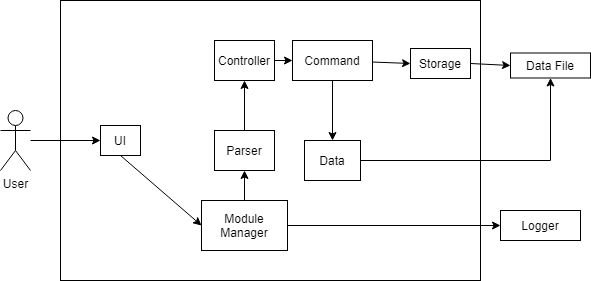
This is docs/images/Architecture.png from nus-cs2113-AY1920S2/tp, a draw.io export, as it was before one commit. Source tidied: cells renumbered, new cells last; positions are measured from the earlier drawing's top-left corner, leaving out a move shared by most shapes.
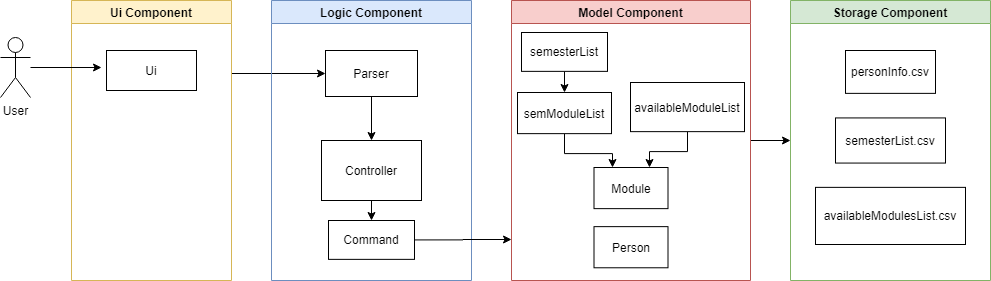
Above is the later version.

Commit message:
Updated Developer Guide and Architecture.png

Change to the diagram source:
```diff
@@ -5,65 +5,94 @@
     <mxCell id="2" value="User" style="shape=umlActor;verticalLabelPosition=bottom;labelBackgroundColor=#ffffff;verticalAlign=top;html=1;outlineConnect=0;" parent="1" vertex="1">
       <mxGeometry y="110" width="30" height="60" as="geometry" />
     </mxCell>
-    <mxCell id="3" style="rounded=0;whiteSpace=wrap;html=1;" parent="1" vertex="1">
-      <mxGeometry x="60" width="420" height="280" as="geometry" />
-    </mxCell>
-    <mxCell id="4" value="UI" style="rounded=0;whiteSpace=wrap;html=1;" parent="1" vertex="1">
-      <mxGeometry x="100" y="125" width="40" height="30" as="geometry" />
-    </mxCell>
+    <mxCell id="23" style="edgeStyle=orthogonalEdgeStyle;rounded=0;jettySize=auto;html=1;entryX=0;entryY=0.5;entryDx=0;entryDy=0;" parent="1" edge="1" target="5">
+      <mxGeometry relative="1" as="geometry">
+        <mxPoint x="231" y="146" as="sourcePoint" />
+      </mxGeometry>
+    </mxCell>
+    <mxCell id="24" value="Ui Component" style="swimlane;whiteSpace=wrap;fillColor=#fff2cc;strokeColor=#d6b656;gradientColor=none;glass=0;" parent="1" vertex="1">
+      <mxGeometry x="71" y="73" width="160" height="280" as="geometry" />
+    </mxCell>
+    <mxCell id="25" style="edgeStyle=elbowEdgeStyle;elbow=horizontal;strokeColor=#FF0000;endArrow=open;endFill=1;rounded=0;" parent="24" edge="1" source="x">
+      <mxGeometry relative="1" as="geometry">
+        <mxPoint x="60" y="135" as="targetPoint" />
+        <Array as="points">
+          <mxPoint x="30" y="250" />
+        </Array>
+      </mxGeometry>
+    </mxCell>
+    <mxCell id="26" value="Ui" style="rounded=0;whiteSpace=wrap;html=1;" parent="24" vertex="1">
+      <mxGeometry x="35" y="50" width="90" height="40" as="geometry" />
+    </mxCell>
+    <mxCell id="27" value="Logic Component" style="swimlane;whiteSpace=wrap;fillColor=#dae8fc;strokeColor=#6c8ebf;" parent="1" vertex="1">
+      <mxGeometry x="271" y="73" width="200" height="280" as="geometry" />
+    </mxCell>
+    <mxCell id="14" style="edgeStyle=orthogonalEdgeStyle;rounded=0;jettySize=auto;html=1;exitX=0.5;exitY=1;exitDx=0;exitDy=0;entryX=0.5;entryY=0;entryDx=0;entryDy=0;" parent="27" edge="1" source="5" target="20">
+      <mxGeometry relative="1" as="geometry" />
+    </mxCell>
-    <mxCell id="5" value="Parser" style="rounded=0;whiteSpace=wrap;html=1;" parent="1" vertex="1">
-      <mxGeometry x="214" y="130" width="60" height="40" as="geometry" />
+    <mxCell id="5" value="Parser" style="rounded=0;whiteSpace=wrap;html=1;" parent="27" vertex="1">
+      <mxGeometry x="54" y="50" width="92" height="46" as="geometry" />
     </mxCell>
-    <mxCell id="6" value="Storage" style="rounded=0;whiteSpace=wrap;html=1;fillColor=none;" parent="1" vertex="1">
-      <mxGeometry x="410" y="48" width="60" height="30" as="geometry" />
-    </mxCell>
-    <mxCell id="7" value="Module Manager" style="rounded=0;whiteSpace=wrap;html=1;" parent="1" vertex="1">
-      <mxGeometry x="201" y="200" width="86" height="50" as="geometry" />
-    </mxCell>
-    <mxCell id="8" style="endArrow=classic;html=1;entryX=0;entryY=0.5;entryDx=0;entryDy=0;" parent="1" edge="1" source="2" target="4">
-      <mxGeometry relative="1" as="geometry" />
-    </mxCell>
-    <mxCell id="9" style="endArrow=classic;html=1;exitX=0.5;exitY=1;exitDx=0;exitDy=0;entryX=0;entryY=0.5;entryDx=0;entryDy=0;" parent="1" edge="1" source="4" target="7">
-      <mxGeometry relative="1" as="geometry" />
-    </mxCell>
-    <mxCell id="10" style="endArrow=classic;html=1;exitX=0.5;exitY=0;exitDx=0;exitDy=0;entryX=0.5;entryY=1;entryDx=0;entryDy=0;" parent="1" edge="1" source="7" target="5">
-      <mxGeometry relative="1" as="geometry" />
-    </mxCell>
-    <mxCell id="11" value="Logger" style="rounded=0;whiteSpace=wrap;html=1;" parent="1" vertex="1">
-      <mxGeometry x="500" y="210" width="80" height="30" as="geometry" />
-    </mxCell>
-    <mxCell id="12" value="Data File" style="rounded=0;whiteSpace=wrap;html=1;" parent="1" vertex="1">
-      <mxGeometry x="510" y="52.5" width="80" height="25" as="geometry" />
-    </mxCell>
-    <mxCell id="13" style="endArrow=classic;html=1;exitX=1;exitY=0.5;exitDx=0;exitDy=0;entryX=0;entryY=0.5;entryDx=0;entryDy=0;" parent="1" edge="1" source="6" target="12">
-      <mxGeometry relative="1" as="geometry" />
-    </mxCell>
-    <mxCell id="14" style="endArrow=classic;html=1;entryX=0.5;entryY=1;entryDx=0;entryDy=0;exitX=0.5;exitY=0;exitDx=0;exitDy=0;" parent="1" edge="1" source="5" target="20">
-      <mxGeometry relative="1" as="geometry" />
-    </mxCell>
-    <mxCell id="15" style="endArrow=classic;html=1;entryX=0;entryY=0.5;entryDx=0;entryDy=0;exitX=1;exitY=0.5;exitDx=0;exitDy=0;" parent="1" edge="1" source="7" target="11">
-      <mxGeometry relative="1" as="geometry" />
-    </mxCell>
-    <mxCell id="16" style="edgeStyle=orthogonalEdgeStyle;rounded=0;jettySize=auto;html=1;exitX=0.5;exitY=1;exitDx=0;exitDy=0;entryX=0.5;entryY=0;entryDx=0;entryDy=0;" parent="1" edge="1" source="17" target="19">
-      <mxGeometry relative="1" as="geometry" />
-    </mxCell>
+    <mxCell id="22" style="edgeStyle=orthogonalEdgeStyle;rounded=0;jettySize=auto;html=1;exitX=0.5;exitY=1;exitDx=0;exitDy=0;entryX=0.5;entryY=0;entryDx=0;entryDy=0;" parent="27" edge="1" source="20" target="17">
+      <mxGeometry relative="1" as="geometry" />
+    </mxCell>
+    <mxCell id="20" value="Controller" style="rounded=0;whiteSpace=wrap;html=1;" parent="27" vertex="1">
+      <mxGeometry x="50" y="140" width="100" height="60" as="geometry" />
+    </mxCell>
-    <mxCell id="17" value="Command" style="rounded=0;whiteSpace=wrap;html=1;" parent="1" vertex="1">
-      <mxGeometry x="292" y="40" width="80" height="40" as="geometry" />
+    <mxCell id="17" value="Command" style="rounded=0;whiteSpace=wrap;html=1;" parent="27" vertex="1">
+      <mxGeometry x="57" y="220" width="86" height="38.9" as="geometry" />
     </mxCell>
-    <mxCell id="18" style="edgeStyle=orthogonalEdgeStyle;rounded=0;jettySize=auto;html=1;exitX=1;exitY=0.5;exitDx=0;exitDy=0;entryX=0.5;entryY=1;entryDx=0;entryDy=0;" parent="1" edge="1" source="19" target="12">
-      <mxGeometry relative="1" as="geometry" />
-    </mxCell>
-    <mxCell id="19" value="Data" style="rounded=0;whiteSpace=wrap;html=1;" parent="1" vertex="1">
-      <mxGeometry x="304" y="140" width="56" height="40" as="geometry" />
-    </mxCell>
-    <mxCell id="20" value="Controller" style="rounded=0;whiteSpace=wrap;html=1;" parent="1" vertex="1">
-      <mxGeometry x="214" y="40" width="60" height="40" as="geometry" />
-    </mxCell>
-    <mxCell id="21" style="endArrow=classic;html=1;entryX=0;entryY=0.5;entryDx=0;entryDy=0;" parent="1" edge="1" source="17" target="6">
-      <mxGeometry relative="1" as="geometry" />
-    </mxCell>
-    <mxCell id="22" style="endArrow=classic;html=1;entryX=0;entryY=0.5;entryDx=0;entryDy=0;exitX=1;exitY=0.5;exitDx=0;exitDy=0;" parent="1" edge="1" source="20" target="17">
-      <mxGeometry relative="1" as="geometry" />
-    </mxCell>
+    <mxCell id="28" style="edgeStyle=orthogonalEdgeStyle;rounded=0;jettySize=auto;html=1;exitX=1;exitY=0.5;exitDx=0;exitDy=0;entryX=0;entryY=0.5;entryDx=0;entryDy=0;" parent="1" edge="1" source="29" target="38">
+      <mxGeometry relative="1" as="geometry" />
+    </mxCell>
+    <mxCell id="29" value="Model Component" style="swimlane;whiteSpace=wrap;fillColor=#f8cecc;strokeColor=#b85450;" parent="1" vertex="1">
+      <mxGeometry x="511" y="73" width="239" height="280" as="geometry" />
+    </mxCell>
+    <mxCell id="30" style="edgeStyle=orthogonalEdgeStyle;rounded=0;jettySize=auto;html=1;exitX=0.5;exitY=1;exitDx=0;exitDy=0;entryX=0.75;entryY=0;entryDx=0;entryDy=0;" parent="29" edge="1" source="31" target="34">
+      <mxGeometry relative="1" as="geometry" />
+    </mxCell>
+    <mxCell id="31" value="availableModuleList&lt;span style=&quot;color: rgba(0 , 0 , 0 , 0) ; font-family: monospace ; font-size: 0px ; white-space: nowrap&quot;&gt;%3CmxGraphModel%3E%3Croot%3E%3CmxCell%20id%3D%220%22%2F%3E%3CmxCell%20id%3D%221%22%20parent%3D%220%22%2F%3E%3CmxCell%20id%3D%222%22%20value%3D%22Person%20Data%22%20style%3D%22rounded%3D0%3BwhiteSpace%3Dwrap%3Bhtml%3D1%3B%22%20vertex%3D%221%22%20parent%3D%221%22%3E%3CmxGeometry%20x%3D%22610%22%20y%3D%22490%22%20width%3D%2286%22%20height%3D%2238.86%22%20as%3D%22geometry%22%2F%3E%3C%2FmxCell%3E%3C%2Froot%3E%3C%2FmxGraphModel%3E&lt;/span&gt;" style="rounded=0;whiteSpace=wrap;html=1;" parent="29" vertex="1">
+      <mxGeometry x="119" y="82" width="114" height="49.1" as="geometry" />
+    </mxCell>
+    <mxCell id="32" style="edgeStyle=orthogonalEdgeStyle;rounded=0;jettySize=auto;html=1;exitX=0.5;exitY=1;exitDx=0;exitDy=0;entryX=0.5;entryY=0;entryDx=0;entryDy=0;" parent="29" edge="1" source="33" target="36">
+      <mxGeometry relative="1" as="geometry" />
+    </mxCell>
+    <mxCell id="33" value="semesterList" style="rounded=0;whiteSpace=wrap;html=1;" parent="29" vertex="1">
+      <mxGeometry x="10" y="32" width="86" height="38.9" as="geometry" />
+    </mxCell>
+    <mxCell id="34" value="Module" style="rounded=0;whiteSpace=wrap;html=1;" parent="29" vertex="1">
+      <mxGeometry x="82.5" y="167" width="74" height="41.1" as="geometry" />
+    </mxCell>
+    <mxCell id="35" style="edgeStyle=orthogonalEdgeStyle;rounded=0;jettySize=auto;html=1;exitX=0.5;exitY=1;exitDx=0;exitDy=0;entryX=0.25;entryY=0;entryDx=0;entryDy=0;" parent="29" edge="1" source="36" target="34">
+      <mxGeometry relative="1" as="geometry" />
+    </mxCell>
+    <mxCell id="36" value="semModuleList" style="rounded=0;whiteSpace=wrap;html=1;" parent="29" vertex="1">
+      <mxGeometry x="6" y="92" width="94" height="41.1" as="geometry" />
+    </mxCell>
+    <mxCell id="37" value="Person" style="rounded=0;whiteSpace=wrap;html=1;" parent="29" vertex="1">
+      <mxGeometry x="82.5" y="226.1" width="74" height="41.1" as="geometry" />
+    </mxCell>
+    <mxCell id="38" value="Storage Component" style="swimlane;whiteSpace=wrap;fillColor=#d5e8d4;strokeColor=#82b366;" parent="1" vertex="1">
+      <mxGeometry x="790" y="73" width="200" height="280" as="geometry" />
+    </mxCell>
+    <mxCell id="39" value="semesterList.csv" style="rounded=0;whiteSpace=wrap;html=1;" parent="38" vertex="1">
+      <mxGeometry x="45" y="117.4" width="110" height="45.1" as="geometry" />
+    </mxCell>
+    <mxCell id="40" value="availableModulesList.csv" style="rounded=0;whiteSpace=wrap;html=1;" parent="38" vertex="1">
+      <mxGeometry x="25" y="186.9" width="150" height="57.1" as="geometry" />
+    </mxCell>
+    <mxCell id="41" value="personInfo.csv" style="rounded=0;whiteSpace=wrap;html=1;" parent="38" vertex="1">
+      <mxGeometry x="55" y="50" width="90" height="42.9" as="geometry" />
+    </mxCell>
+    <mxCell id="42" style="endArrow=classic;html=1;" parent="1" edge="1" source="2">
+      <mxGeometry relative="1" as="geometry">
+        <mxPoint x="101" y="140" as="targetPoint" />
+      </mxGeometry>
+    </mxCell>
+    <mxCell id="43" style="edgeStyle=orthogonalEdgeStyle;rounded=0;jettySize=auto;html=1;exitX=1;exitY=0.5;exitDx=0;exitDy=0;" parent="1" edge="1" source="17">
+      <mxGeometry relative="1" as="geometry">
+        <mxPoint x="511" y="312" as="targetPoint" />
+      </mxGeometry>
+    </mxCell>
   </root>
 </mxGraphModel>
```
